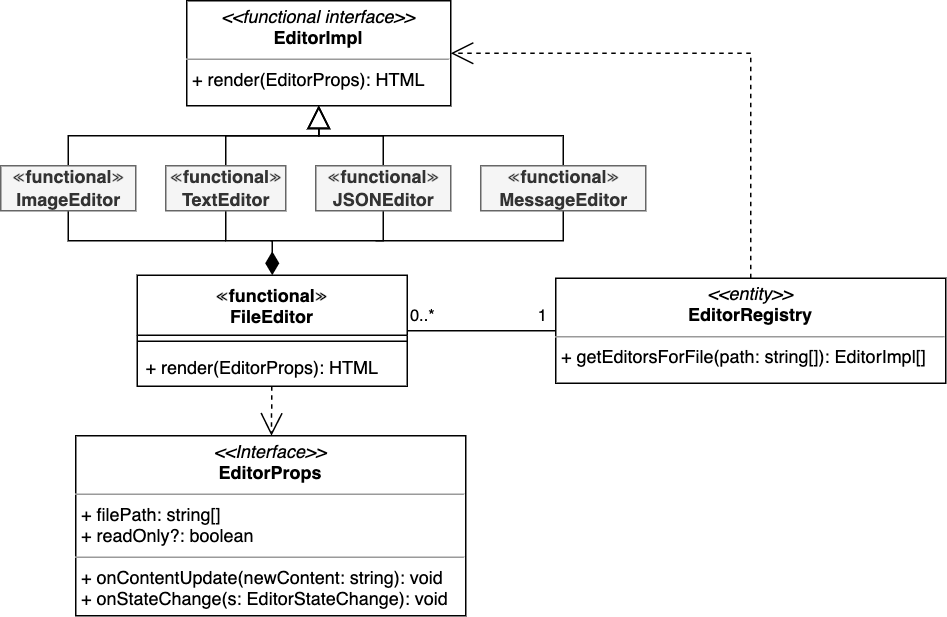
lokmeinmatz/ba-docs keeps this draw.io diagram as ba-text/pics/abstract_editor_uml.drawio.png. Above is the earlier version. Source tidied: cells renumbered, new cells last; positions are measured from the earlier drawing's top-left corner, leaving out a move shared by most shapes.
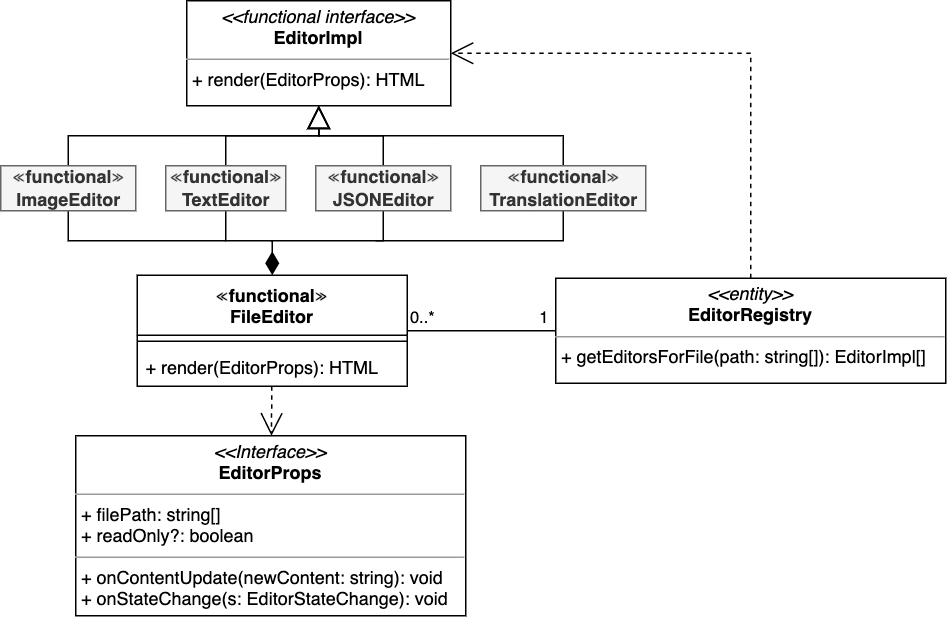
The same file after the commit.

What changed in the source:
```diff
@@ -44,7 +44,7 @@
         </Array>
       </mxGeometry>
     </mxCell>
-    <mxCell id="11" value="&lt;span style=&quot;border-color: var(--border-color); font-family: u2000;&quot; id=&quot;char-node&quot;&gt;≪&lt;/span&gt;functional&lt;span style=&quot;border-color: var(--border-color); font-family: u2000;&quot; id=&quot;char-node&quot;&gt;≫&lt;/span&gt;&lt;br&gt;MessageEditor" style="html=1;fontStyle=1;fillColor=#f5f5f5;strokeColor=#666666;fontColor=#333333;" parent="1" vertex="1">
+    <mxCell id="11" value="&lt;span style=&quot;border-color: var(--border-color); font-family: u2000;&quot; id=&quot;char-node&quot;&gt;≪&lt;/span&gt;functional&lt;span style=&quot;border-color: var(--border-color); font-family: u2000;&quot; id=&quot;char-node&quot;&gt;≫&lt;/span&gt;&lt;br&gt;TranslationEditor" style="html=1;fontStyle=1;fillColor=#f5f5f5;strokeColor=#666666;fontColor=#333333;" parent="1" vertex="1">
       <mxGeometry x="320" y="110" width="110" height="30" as="geometry" />
     </mxCell>
     <mxCell id="12" style="edgeStyle=none;html=1;endArrow=open;endFill=0;endSize=13;strokeWidth=1;dashed=1;" parent="1" edge="1" source="16" target="2">
```
